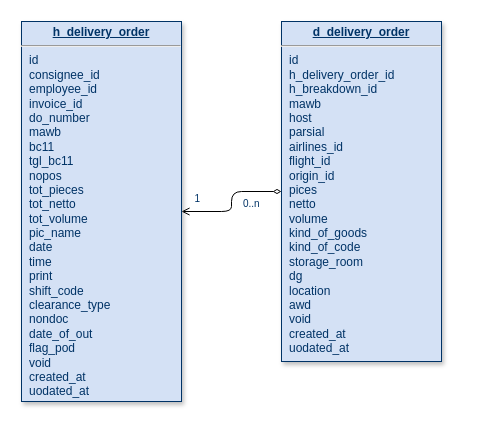
Before: page "do" (1 of 2) of CTOS_model.drawio in wisnubaldas/wms-bandara, a draw.io diagram. Source tidied: cells renumbered, new cells numbered last; positions are measured from the earlier drawing's top-left corner, leaving out a move shared by most shapes. Both pictures are drawn from the tidied source at 100%, with x=0, y=0 at pixel (21, 21).
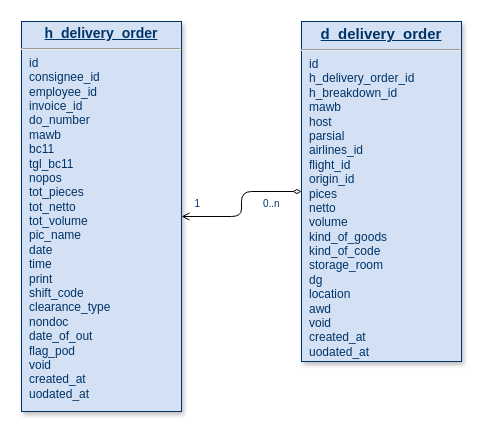
After the change.

Commit message (it also covers changes not shown here):
add login departement ctos

Change to the diagram source:
```diff
@@
 <mxGraphModel>
   <root>
     <mxCell id="0" />
     <mxCell id="1" parent="0" />
-    <mxCell id="2" value="&lt;p style=&quot;margin: 0px; margin-top: 4px; text-align: center; text-decoration: underline;&quot;&gt;&lt;strong&gt;h_delivery_order&lt;/strong&gt;&lt;/p&gt;&lt;hr&gt;&lt;p style=&quot;margin: 0px; margin-left: 8px;&quot;&gt;id&lt;/p&gt;&lt;p style=&quot;margin: 0px; margin-left: 8px;&quot;&gt;consignee_id&lt;/p&gt;&lt;p style=&quot;margin: 0px; margin-left: 8px;&quot;&gt;employee_id&lt;/p&gt;&lt;p style=&quot;margin: 0px; margin-left: 8px;&quot;&gt;invoice_id&lt;/p&gt;&lt;p style=&quot;margin: 0px; margin-left: 8px;&quot;&gt;do_number&lt;/p&gt;&lt;p style=&quot;margin: 0px; margin-left: 8px;&quot;&gt;mawb&lt;/p&gt;&lt;p style=&quot;margin: 0px; margin-left: 8px;&quot;&gt;bc11&lt;/p&gt;&lt;p style=&quot;margin: 0px; margin-left: 8px;&quot;&gt;tgl_bc11&lt;/p&gt;&lt;p style=&quot;margin: 0px; margin-left: 8px;&quot;&gt;nopos&lt;/p&gt;&lt;p style=&quot;margin: 0px; margin-left: 8px;&quot;&gt;tot_pieces&lt;/p&gt;&lt;p style=&quot;margin: 0px; margin-left: 8px;&quot;&gt;tot_netto&lt;/p&gt;&lt;p style=&quot;margin: 0px; margin-left: 8px;&quot;&gt;tot_volume&lt;/p&gt;&lt;p style=&quot;margin: 0px; margin-left: 8px;&quot;&gt;pic_name&lt;/p&gt;&lt;p style=&quot;margin: 0px; margin-left: 8px;&quot;&gt;date&lt;/p&gt;&lt;p style=&quot;margin: 0px; margin-left: 8px;&quot;&gt;time&lt;/p&gt;&lt;p style=&quot;margin: 0px; margin-left: 8px;&quot;&gt;print&lt;/p&gt;&lt;p style=&quot;margin: 0px; margin-left: 8px;&quot;&gt;shift_code&lt;/p&gt;&lt;p style=&quot;margin: 0px; margin-left: 8px;&quot;&gt;clearance_type&lt;/p&gt;&lt;p style=&quot;margin: 0px; margin-left: 8px;&quot;&gt;nondoc&lt;/p&gt;&lt;p style=&quot;margin: 0px; margin-left: 8px;&quot;&gt;date_of_out&lt;/p&gt;&lt;p style=&quot;margin: 0px; margin-left: 8px;&quot;&gt;flag_pod&lt;/p&gt;&lt;p style=&quot;margin: 0px; margin-left: 8px;&quot;&gt;void&lt;/p&gt;&lt;p style=&quot;margin: 0px; margin-left: 8px;&quot;&gt;created_at&lt;/p&gt;&lt;p style=&quot;margin: 0px; margin-left: 8px;&quot;&gt;uodated_at&lt;br&gt;&lt;/p&gt;" style="verticalAlign=top;align=left;overflow=fill;fontSize=12;fontFamily=Helvetica;html=1;strokeColor=#003366;shadow=1;fillColor=#D4E1F5;fontColor=#003366;" parent="1" vertex="1">
-      <mxGeometry width="160" height="380" as="geometry" />
+    <mxCell id="2" value="&lt;p style=&quot;margin: 4px 0px 0px; text-align: center; text-decoration: underline; font-size: 14px;&quot;&gt;&lt;strong&gt;h_delivery_order&lt;/strong&gt;&lt;/p&gt;&lt;hr&gt;&lt;p style=&quot;margin: 0px; margin-left: 8px;&quot;&gt;id&lt;/p&gt;&lt;p style=&quot;margin: 0px; margin-left: 8px;&quot;&gt;consignee_id&lt;/p&gt;&lt;p style=&quot;margin: 0px; margin-left: 8px;&quot;&gt;employee_id&lt;/p&gt;&lt;p style=&quot;margin: 0px; margin-left: 8px;&quot;&gt;invoice_id&lt;/p&gt;&lt;p style=&quot;margin: 0px; margin-left: 8px;&quot;&gt;do_number&lt;/p&gt;&lt;p style=&quot;margin: 0px; margin-left: 8px;&quot;&gt;mawb&lt;/p&gt;&lt;p style=&quot;margin: 0px; margin-left: 8px;&quot;&gt;bc11&lt;/p&gt;&lt;p style=&quot;margin: 0px; margin-left: 8px;&quot;&gt;tgl_bc11&lt;/p&gt;&lt;p style=&quot;margin: 0px; margin-left: 8px;&quot;&gt;nopos&lt;/p&gt;&lt;p style=&quot;margin: 0px; margin-left: 8px;&quot;&gt;tot_pieces&lt;/p&gt;&lt;p style=&quot;margin: 0px; margin-left: 8px;&quot;&gt;tot_netto&lt;/p&gt;&lt;p style=&quot;margin: 0px; margin-left: 8px;&quot;&gt;tot_volume&lt;/p&gt;&lt;p style=&quot;margin: 0px; margin-left: 8px;&quot;&gt;pic_name&lt;/p&gt;&lt;p style=&quot;margin: 0px; margin-left: 8px;&quot;&gt;date&lt;/p&gt;&lt;p style=&quot;margin: 0px; margin-left: 8px;&quot;&gt;time&lt;/p&gt;&lt;p style=&quot;margin: 0px; margin-left: 8px;&quot;&gt;print&lt;/p&gt;&lt;p style=&quot;margin: 0px; margin-left: 8px;&quot;&gt;shift_code&lt;/p&gt;&lt;p style=&quot;margin: 0px; margin-left: 8px;&quot;&gt;clearance_type&lt;/p&gt;&lt;p style=&quot;margin: 0px; margin-left: 8px;&quot;&gt;nondoc&lt;/p&gt;&lt;p style=&quot;margin: 0px; margin-left: 8px;&quot;&gt;date_of_out&lt;/p&gt;&lt;p style=&quot;margin: 0px; margin-left: 8px;&quot;&gt;flag_pod&lt;/p&gt;&lt;p style=&quot;margin: 0px; margin-left: 8px;&quot;&gt;void&lt;/p&gt;&lt;p style=&quot;margin: 0px; margin-left: 8px;&quot;&gt;created_at&lt;/p&gt;&lt;p style=&quot;margin: 0px; margin-left: 8px;&quot;&gt;uodated_at&lt;br&gt;&lt;/p&gt;" style="verticalAlign=top;align=left;overflow=fill;fontSize=12;fontFamily=Helvetica;html=1;strokeColor=#003366;shadow=1;fillColor=#D4E1F5;fontColor=#003366;" parent="1" vertex="1">
+      <mxGeometry width="160" height="390" as="geometry" />
     </mxCell>
-    <mxCell id="3" value="&lt;p style=&quot;margin: 0px; margin-top: 4px; text-align: center; text-decoration: underline;&quot;&gt;&lt;strong&gt;d_delivery_order&lt;/strong&gt;&lt;/p&gt;&lt;hr&gt;&lt;p style=&quot;margin: 0px; margin-left: 8px;&quot;&gt;id&lt;/p&gt;&lt;p style=&quot;margin: 0px; margin-left: 8px;&quot;&gt;h_delivery_order_id&lt;br&gt;&lt;/p&gt;&lt;p style=&quot;margin: 0px; margin-left: 8px;&quot;&gt;h_breakdown_id&lt;/p&gt;&lt;p style=&quot;margin: 0px; margin-left: 8px;&quot;&gt;mawb&lt;/p&gt;&lt;p style=&quot;margin: 0px; margin-left: 8px;&quot;&gt;host&lt;br&gt;&lt;/p&gt;&lt;p style=&quot;margin: 0px; margin-left: 8px;&quot;&gt;parsial&lt;/p&gt;&lt;p style=&quot;margin: 0px; margin-left: 8px;&quot;&gt;airlines_id&lt;/p&gt;&lt;p style=&quot;margin: 0px; margin-left: 8px;&quot;&gt;flight_id&lt;/p&gt;&lt;p style=&quot;margin: 0px; margin-left: 8px;&quot;&gt;origin_id&lt;/p&gt;&lt;p style=&quot;margin: 0px; margin-left: 8px;&quot;&gt;pices&lt;/p&gt;&lt;p style=&quot;margin: 0px; margin-left: 8px;&quot;&gt;netto&lt;/p&gt;&lt;p style=&quot;margin: 0px; margin-left: 8px;&quot;&gt;volume&lt;/p&gt;&lt;p style=&quot;margin: 0px; margin-left: 8px;&quot;&gt;kind_of_goods&lt;/p&gt;&lt;p style=&quot;margin: 0px; margin-left: 8px;&quot;&gt;kind_of_code&lt;/p&gt;&lt;p style=&quot;margin: 0px; margin-left: 8px;&quot;&gt;storage_room&lt;/p&gt;&lt;p style=&quot;margin: 0px; margin-left: 8px;&quot;&gt;dg&lt;/p&gt;&lt;p style=&quot;margin: 0px; margin-left: 8px;&quot;&gt;location&lt;/p&gt;&lt;p style=&quot;margin: 0px; margin-left: 8px;&quot;&gt;awd&lt;br&gt;&lt;/p&gt;&lt;p style=&quot;margin: 0px; margin-left: 8px;&quot;&gt;void&lt;/p&gt;&lt;p style=&quot;margin: 0px; margin-left: 8px;&quot;&gt;created_at&lt;/p&gt;&lt;p style=&quot;margin: 0px; margin-left: 8px;&quot;&gt;uodated_at&lt;br&gt;&lt;/p&gt;" style="verticalAlign=top;align=left;overflow=fill;fontSize=12;fontFamily=Helvetica;html=1;strokeColor=#003366;shadow=1;fillColor=#D4E1F5;fontColor=#003366;" parent="1" vertex="1">
-      <mxGeometry x="260" width="160" height="340" as="geometry" />
+    <mxCell id="3" value="&lt;p style=&quot;margin: 0px; margin-top: 4px; text-align: center; text-decoration: underline;&quot;&gt;&lt;font size=&quot;1&quot;&gt;&lt;strong style=&quot;font-size: 15px;&quot;&gt;d_delivery_order&lt;/strong&gt;&lt;/font&gt;&lt;/p&gt;&lt;hr&gt;&lt;p style=&quot;margin: 0px; margin-left: 8px;&quot;&gt;id&lt;/p&gt;&lt;p style=&quot;margin: 0px; margin-left: 8px;&quot;&gt;h_delivery_order_id&lt;br&gt;&lt;/p&gt;&lt;p style=&quot;margin: 0px; margin-left: 8px;&quot;&gt;h_breakdown_id&lt;/p&gt;&lt;p style=&quot;margin: 0px; margin-left: 8px;&quot;&gt;mawb&lt;/p&gt;&lt;p style=&quot;margin: 0px; margin-left: 8px;&quot;&gt;host&lt;br&gt;&lt;/p&gt;&lt;p style=&quot;margin: 0px; margin-left: 8px;&quot;&gt;parsial&lt;/p&gt;&lt;p style=&quot;margin: 0px; margin-left: 8px;&quot;&gt;airlines_id&lt;/p&gt;&lt;p style=&quot;margin: 0px; margin-left: 8px;&quot;&gt;flight_id&lt;/p&gt;&lt;p style=&quot;margin: 0px; margin-left: 8px;&quot;&gt;origin_id&lt;/p&gt;&lt;p style=&quot;margin: 0px; margin-left: 8px;&quot;&gt;pices&lt;/p&gt;&lt;p style=&quot;margin: 0px; margin-left: 8px;&quot;&gt;netto&lt;/p&gt;&lt;p style=&quot;margin: 0px; margin-left: 8px;&quot;&gt;volume&lt;/p&gt;&lt;p style=&quot;margin: 0px; margin-left: 8px;&quot;&gt;kind_of_goods&lt;/p&gt;&lt;p style=&quot;margin: 0px; margin-left: 8px;&quot;&gt;kind_of_code&lt;/p&gt;&lt;p style=&quot;margin: 0px; margin-left: 8px;&quot;&gt;storage_room&lt;/p&gt;&lt;p style=&quot;margin: 0px; margin-left: 8px;&quot;&gt;dg&lt;/p&gt;&lt;p style=&quot;margin: 0px; margin-left: 8px;&quot;&gt;location&lt;/p&gt;&lt;p style=&quot;margin: 0px; margin-left: 8px;&quot;&gt;awd&lt;br&gt;&lt;/p&gt;&lt;p style=&quot;margin: 0px; margin-left: 8px;&quot;&gt;void&lt;/p&gt;&lt;p style=&quot;margin: 0px; margin-left: 8px;&quot;&gt;created_at&lt;/p&gt;&lt;p style=&quot;margin: 0px; margin-left: 8px;&quot;&gt;uodated_at&lt;br&gt;&lt;/p&gt;" style="verticalAlign=top;align=left;overflow=fill;fontSize=12;fontFamily=Helvetica;html=1;strokeColor=#003366;shadow=1;fillColor=#D4E1F5;fontColor=#003366;" parent="1" vertex="1">
+      <mxGeometry x="280" width="160" height="340" as="geometry" />
     </mxCell>
     <mxCell id="4" style="endArrow=open;startArrow=diamondThin;startFill=0;edgeStyle=orthogonalEdgeStyle;exitX=0;exitY=0.5;exitDx=0;exitDy=0;" parent="1" edge="1" source="3" target="2">
       <mxGeometry x="519.4" y="200" as="geometry" />
     </mxCell>
     <mxCell id="5" value="0..n" style="align=left;verticalAlign=top;labelBackgroundColor=#ffffff;fontSize=10;strokeColor=#003366;shadow=1;fillColor=#D4E1F5;fontColor=#003366;" parent="4" vertex="1">
       <mxGeometry x="-1" relative="1" as="geometry">
         <mxPoint x="-40" as="offset" />
       </mxGeometry>
     </mxCell>
     <mxCell id="6" value="1" style="align=right;verticalAlign=top;labelBackgroundColor=#ffffff;fontSize=10;strokeColor=#003366;shadow=1;fillColor=#D4E1F5;fontColor=#003366;" parent="4" vertex="1">
       <mxGeometry x="1" relative="1" as="geometry">
         <mxPoint x="20" y="-25" as="offset" />
       </mxGeometry>
     </mxCell>
   </root>
 </mxGraphModel>
```
